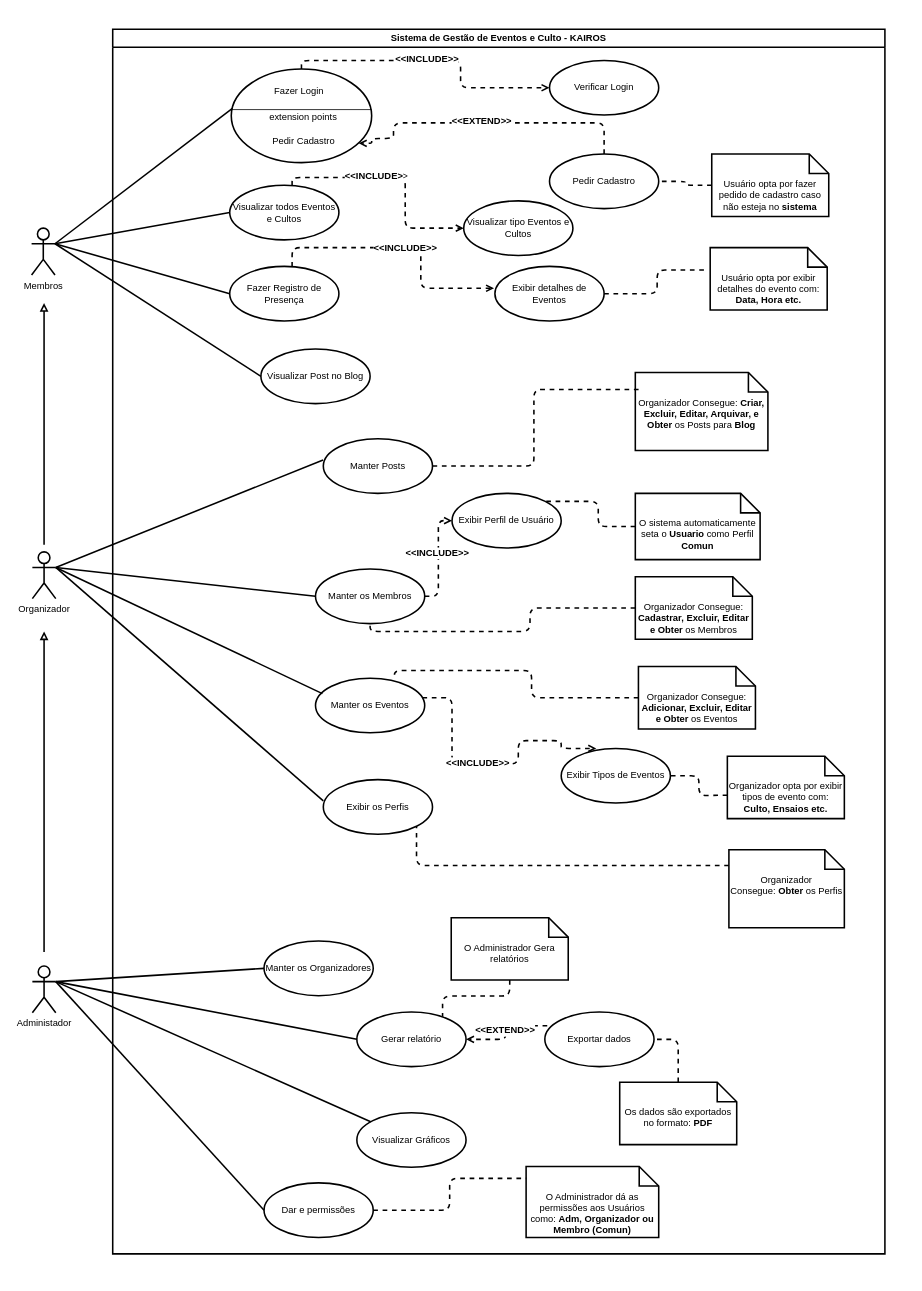
Above: doc/visual/diagram/Diagrama-Case-de-Uso.drawio in Adyllsxn/iphone17-inspired-ui (draw.io), before the change. Source tidied: cells renumbered, new cells numbered last; positions are measured from the earlier drawing's top-left corner, leaving out a move shared by most shapes. Both pictures are drawn from the tidied source at 78%, with x=0, y=0 at pixel (31, 29).
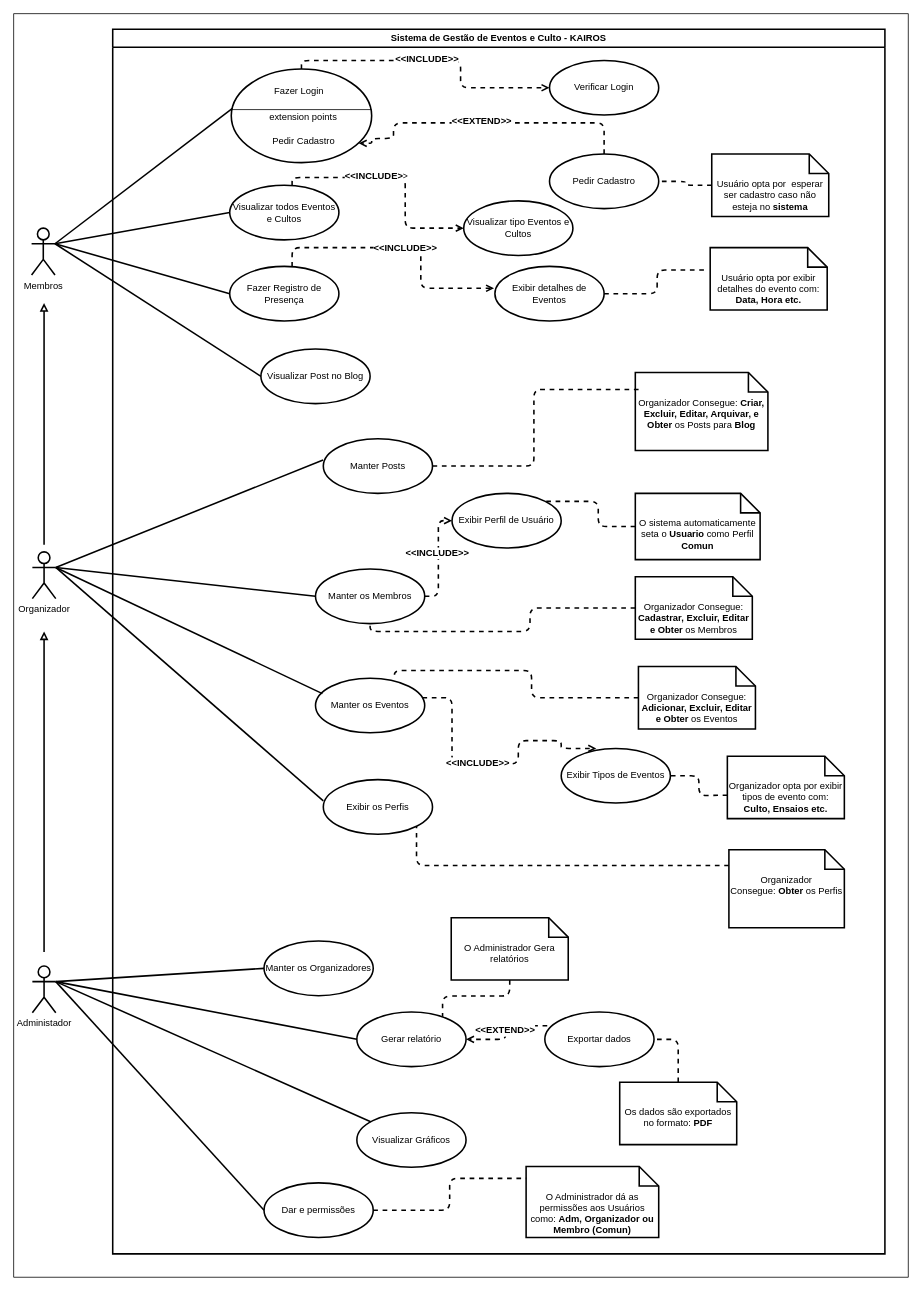
The same page after the edit.

Unchanged cells that the change refers to:
```xml
<mxCell id="2" value="Sistema de Gestão de Eventos e Culto - KAIROS" style="swimlane;whiteSpace=wrap;html=1;strokeWidth=2;" parent="1" vertex="1">
  <mxGeometry x="104" width="990" height="1570" as="geometry" />
</mxCell>
```

Diff of the diagram source:
```diff
@@
-    <mxCell id="6" value="Usuário opta por fazer pedido de cadastro caso não esteja no &lt;b&gt;sistema&lt;/b&gt;" style="shape=note2;boundedLbl=1;whiteSpace=wrap;html=1;size=25;verticalAlign=top;align=center;strokeWidth=2;" parent="2" vertex="1">
+    <mxCell id="6" value="Usuário opta por&amp;nbsp; esperar ser cadastro caso não esteja no &lt;b&gt;sistema&lt;/b&gt;" style="shape=note2;boundedLbl=1;whiteSpace=wrap;html=1;size=25;verticalAlign=top;align=center;strokeWidth=2;" parent="2" vertex="1">
       <mxGeometry x="768" y="160" width="150" height="80" as="geometry" />
     </mxCell>
@@
+    <mxCell id="79" style="swimlane;startSize=0;" parent="1" vertex="1">
+      <mxGeometry x="-23" y="-20" width="1147" height="1620" as="geometry" />
+    </mxCell>
```
